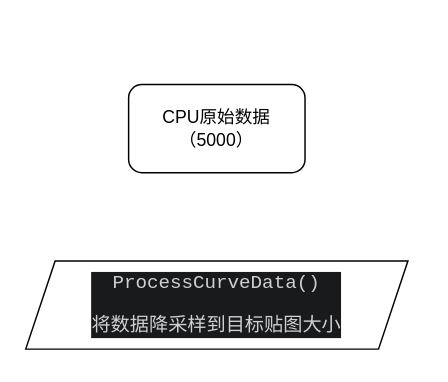
This is Doc/ComputerShader/curvesDrawShader.drawio from Carroterr/ComputeShader, a draw.io file, before an edit. Source tidied: cells renumbered, new cells numbered last; positions are measured from the earlier drawing's top-left corner, leaving out a move shared by most shapes. Both pictures are drawn from the tidied source at 147%, with x=0, y=0 at pixel (25, 84).
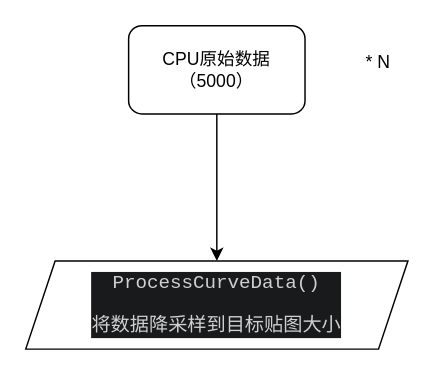
Above is the later version.

The edit, as a diff of the source:
```diff
@@
 <mxGraphModel>
   <root>
     <mxCell id="0" />
     <mxCell id="1" parent="0" />
+    <mxCell id="4" style="edgeStyle=orthogonalEdgeStyle;rounded=0;jettySize=auto;html=1;entryX=0.5;entryY=0;entryDx=0;entryDy=0;" parent="1" edge="1" source="2" target="3">
+      <mxGeometry relative="1" as="geometry" />
+    </mxCell>
     <mxCell id="2" value="CPU原始数据&lt;div&gt;（5000）&lt;/div&gt;" style="rounded=1;whiteSpace=wrap;html=1;" parent="1" vertex="1">
-      <mxGeometry x="70" width="120" height="60" as="geometry" />
+      <mxGeometry x="70" y="-40" width="120" height="60" as="geometry" />
     </mxCell>
     <mxCell id="3" value="&lt;div style=&quot;background-color:#191a1c;color:#d0d0d0&quot;&gt;&lt;pre style=&quot;font-family:'JetBrains Mono',monospace;font-size:9.8pt;&quot;&gt;&lt;span style=&quot;font-size: 9.8pt; white-space: normal;&quot;&gt;ProcessCurveData()&lt;/span&gt;&lt;/pre&gt;&lt;pre style=&quot;font-family:'JetBrains Mono',monospace;font-size:9.8pt;&quot;&gt;&lt;span style=&quot;white-space: normal;&quot;&gt;将数据降采样到目标贴图大小&lt;/span&gt;&lt;/pre&gt;&lt;/div&gt;" style="shape=parallelogram;perimeter=parallelogramPerimeter;whiteSpace=wrap;html=1;fixedSize=1;" parent="1" vertex="1">
       <mxGeometry y="120" width="260" height="60" as="geometry" />
     </mxCell>
+    <mxCell id="5" value="* N" style="text;html=1;whiteSpace=wrap;strokeColor=none;fillColor=none;align=center;verticalAlign=middle;rounded=0;" parent="1" vertex="1">
+      <mxGeometry x="210" y="-30" width="60" height="30" as="geometry" />
+    </mxCell>
   </root>
 </mxGraphModel>
```
